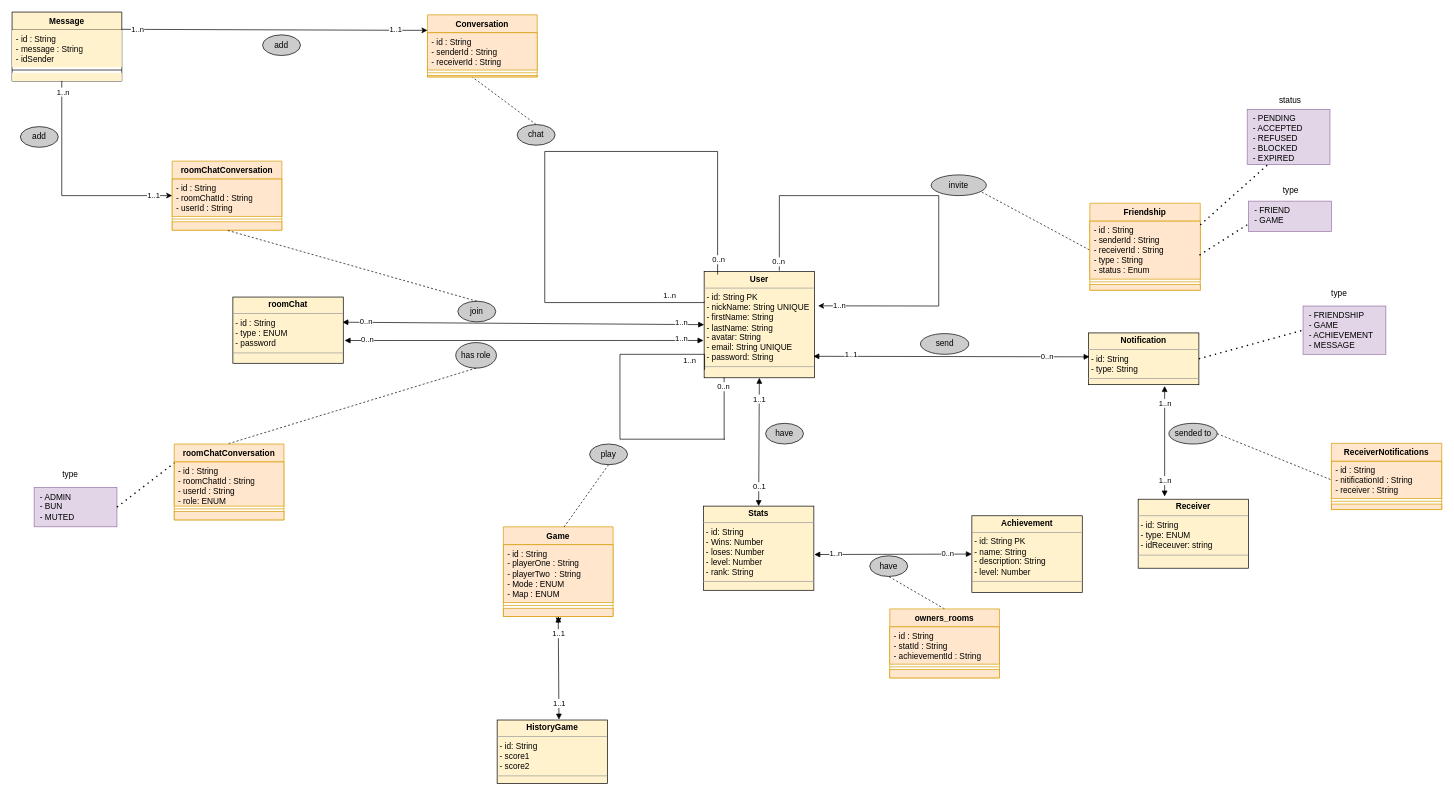
Earlier version of the draw.io diagram class_diagram.drawio (FRAGG33R/whiff-waff). Source tidied: cells renumbered, new cells numbered last; positions are measured from the earlier drawing's top-left corner, leaving out a move shared by most shapes. Both pictures are drawn from the tidied source at 69%, with x=0, y=0 at pixel (12, 12).
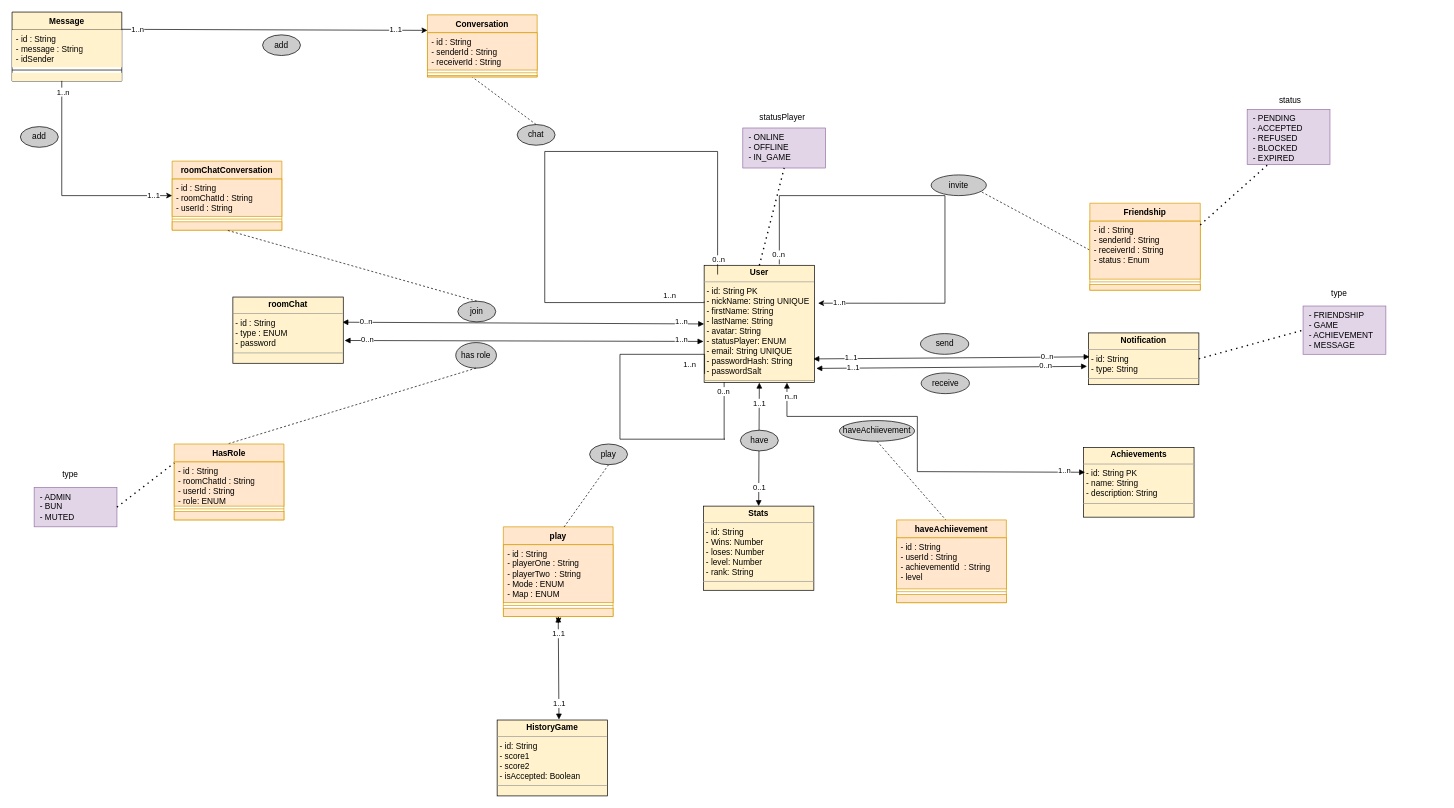
After the change.

Commit message:
refactor: reform the entities

The change refers to these unchanged cells:
```xml
<mxCell id="11" value="&lt;p style=&quot;margin:0px;margin-top:4px;text-align:center;&quot;&gt;&lt;b&gt;Stats&lt;/b&gt;&lt;/p&gt;&lt;hr size=&quot;1&quot;&gt;&lt;p style=&quot;margin:0px;margin-left:4px;&quot;&gt;- id: String&lt;br&gt;&lt;/p&gt;&lt;p style=&quot;margin:0px;margin-left:4px;&quot;&gt;- Wins: Number&lt;/p&gt;&lt;p style=&quot;margin:0px;margin-left:4px;&quot;&gt;- loses: Number&lt;/p&gt;&lt;p style=&quot;margin:0px;margin-left:4px;&quot;&gt;- level: Number&lt;/p&gt;&lt;p style=&quot;margin:0px;margin-left:4px;&quot;&gt;- rank: String&lt;/p&gt;&lt;hr size=&quot;1&quot;&gt;&lt;p style=&quot;margin:0px;margin-left:4px;&quot;&gt;&lt;br&gt;&lt;/p&gt;" style="verticalAlign=top;align=left;overflow=fill;fontSize=12;fontFamily=Helvetica;html=1;whiteSpace=wrap;fillColor=#FFF2CC;" parent="1" vertex="1">
  <mxGeometry x="1002" y="716" width="160" height="122" as="geometry" />
</mxCell>
<mxCell id="21" value="Friendship" style="swimlane;fontStyle=1;align=center;verticalAlign=top;horizontal=1;startSize=26;whiteSpace=wrap;html=1;fillColor=#ffe6cc;strokeColor=#d79b00;" parent="1" vertex="1">
  <mxGeometry x="1562" y="277" width="160" height="126" as="geometry" />
</mxCell>
<mxCell id="80" value="&lt;p style=&quot;margin:0px;margin-top:4px;text-align:center;&quot;&gt;&lt;b&gt;Notification&lt;/b&gt;&lt;/p&gt;&lt;hr size=&quot;1&quot;&gt;&lt;p style=&quot;margin:0px;margin-left:4px;&quot;&gt;- id: String&lt;/p&gt;&lt;p style=&quot;margin:0px;margin-left:4px;&quot;&gt;- type: String&lt;/p&gt;&lt;hr size=&quot;1&quot;&gt;&lt;p style=&quot;margin:0px;margin-left:4px;&quot;&gt;&lt;br&gt;&lt;/p&gt;" style="verticalAlign=top;align=left;overflow=fill;fontSize=12;fontFamily=Helvetica;html=1;whiteSpace=wrap;fillColor=#FFF2CC;" parent="1" vertex="1">
  <mxGeometry x="1560" y="465" width="160" height="75" as="geometry" />
</mxCell>
```

Change to the diagram source:
```diff
@@
-    <mxCell id="4" value="have" style="ellipse;whiteSpace=wrap;html=1;fillColor=#CCCCCC;" parent="1" vertex="1">
-      <mxGeometry x="1243" y="788" width="55" height="30" as="geometry" />
-    </mxCell>
-    <mxCell id="5" style="endArrow=none;dashed=1;html=1;rounded=0;exitX=0.5;exitY=0;exitDx=0;exitDy=0;entryX=0.5;entryY=1;entryDx=0;entryDy=0;" parent="1" edge="1" source="6" target="4">
-      <mxGeometry relative="1" as="geometry" />
-    </mxCell>
-    <mxCell id="6" value="owners_rooms" style="swimlane;fontStyle=1;align=center;verticalAlign=top;horizontal=1;startSize=26;whiteSpace=wrap;html=1;fillColor=#ffe6cc;strokeColor=#d79b00;" parent="1" vertex="1">
-      <mxGeometry x="1272" y="865" width="159" height="100" as="geometry" />
-    </mxCell>
-    <mxCell id="7" value="- id : String&lt;br&gt;- statId : String&lt;br&gt;- achievementId : String" style="text;strokeColor=#d79b00;fillColor=#ffe6cc;align=left;verticalAlign=top;spacingLeft=4;spacingRight=4;overflow=hidden;whiteSpace=wrap;html=1;" parent="6" vertex="1">
-      <mxGeometry y="26" width="159" height="54" as="geometry" />
-    </mxCell>
-    <mxCell id="8" style="line;strokeWidth=1;fillColor=none;align=left;verticalAlign=middle;spacingTop=-1;spacingLeft=3;spacingRight=3;labelPosition=right;strokeColor=inherit;" parent="6" vertex="1">
-      <mxGeometry y="80" width="159" height="8" as="geometry" />
-    </mxCell>
-    <mxCell id="9" style="text;strokeColor=#d79b00;fillColor=#ffe6cc;align=left;verticalAlign=top;spacingLeft=4;spacingRight=4;overflow=hidden;whiteSpace=wrap;html=1;" parent="6" vertex="1">
-      <mxGeometry y="88" width="159" height="12" as="geometry" />
-    </mxCell>
-    <mxCell id="10" value="&lt;p style=&quot;margin:0px;margin-top:4px;text-align:center;&quot;&gt;&lt;b&gt;User&lt;/b&gt;&lt;/p&gt;&lt;hr size=&quot;1&quot;&gt;&lt;p style=&quot;margin:0px;margin-left:4px;&quot;&gt;- id: String PK&lt;/p&gt;&lt;p style=&quot;margin:0px;margin-left:4px;&quot;&gt;- nickName: String UNIQUE&lt;/p&gt;&lt;p style=&quot;margin:0px;margin-left:4px;&quot;&gt;- firstName: String&lt;/p&gt;&lt;p style=&quot;margin:0px;margin-left:4px;&quot;&gt;- lastName: String&lt;/p&gt;&lt;p style=&quot;margin:0px;margin-left:4px;&quot;&gt;- avatar: String&lt;/p&gt;&lt;p style=&quot;margin:0px;margin-left:4px;&quot;&gt;- email: String UNIQUE&lt;/p&gt;&lt;p style=&quot;margin:0px;margin-left:4px;&quot;&gt;- password: String&lt;/p&gt;&lt;hr size=&quot;1&quot;&gt;&lt;p style=&quot;margin:0px;margin-left:4px;&quot;&gt;&lt;br&gt;&lt;/p&gt;" style="verticalAlign=top;align=left;overflow=fill;fontSize=12;fontFamily=Helvetica;html=1;whiteSpace=wrap;fillColor=#FFF2CC;" parent="1" vertex="1">
-      <mxGeometry x="1003" y="376" width="160" height="154" as="geometry" />
+    <mxCell id="10" value="&lt;p style=&quot;margin:0px;margin-top:4px;text-align:center;&quot;&gt;&lt;b&gt;User&lt;/b&gt;&lt;/p&gt;&lt;hr size=&quot;1&quot;&gt;&lt;p style=&quot;margin:0px;margin-left:4px;&quot;&gt;- id: String PK&lt;/p&gt;&lt;p style=&quot;margin:0px;margin-left:4px;&quot;&gt;- nickName: String UNIQUE&lt;/p&gt;&lt;p style=&quot;margin:0px;margin-left:4px;&quot;&gt;- firstName: String&lt;/p&gt;&lt;p style=&quot;margin:0px;margin-left:4px;&quot;&gt;- lastName: String&lt;/p&gt;&lt;p style=&quot;margin:0px;margin-left:4px;&quot;&gt;- avatar: String&lt;/p&gt;&lt;p style=&quot;margin:0px;margin-left:4px;&quot;&gt;- statusPlayer: ENUM&lt;/p&gt;&lt;p style=&quot;margin:0px;margin-left:4px;&quot;&gt;- email: String UNIQUE&lt;/p&gt;&lt;p style=&quot;margin:0px;margin-left:4px;&quot;&gt;- passwordHash: String&lt;/p&gt;&lt;p style=&quot;margin:0px;margin-left:4px;&quot;&gt;- passwordSalt&lt;/p&gt;&lt;hr size=&quot;1&quot;&gt;&lt;p style=&quot;margin:0px;margin-left:4px;&quot;&gt;&lt;br&gt;&lt;/p&gt;" style="verticalAlign=top;align=left;overflow=fill;fontSize=12;fontFamily=Helvetica;html=1;whiteSpace=wrap;fillColor=#FFF2CC;" parent="1" vertex="1">
+      <mxGeometry x="1003" y="367" width="160" height="170" as="geometry" />
     </mxCell>
@@
-    <mxCell id="12" value="&lt;p style=&quot;margin:0px;margin-top:4px;text-align:center;&quot;&gt;&lt;b&gt;Achievement&lt;/b&gt;&lt;/p&gt;&lt;hr size=&quot;1&quot;&gt;&lt;p style=&quot;margin:0px;margin-left:4px;&quot;&gt;- id: String PK&lt;/p&gt;&lt;p style=&quot;margin:0px;margin-left:4px;&quot;&gt;- name: String&lt;/p&gt;&lt;p style=&quot;margin:0px;margin-left:4px;&quot;&gt;- description: String&lt;/p&gt;&lt;p style=&quot;margin:0px;margin-left:4px;&quot;&gt;- level: Number&lt;/p&gt;&lt;hr size=&quot;1&quot;&gt;&lt;p style=&quot;margin:0px;margin-left:4px;&quot;&gt;&lt;br&gt;&lt;/p&gt;" style="verticalAlign=top;align=left;overflow=fill;fontSize=12;fontFamily=Helvetica;html=1;whiteSpace=wrap;fillColor=#FFF2CC;" parent="1" vertex="1">
-      <mxGeometry x="1391" y="730" width="160" height="111" as="geometry" />
+    <mxCell id="12" value="&lt;p style=&quot;margin:0px;margin-top:4px;text-align:center;&quot;&gt;&lt;b&gt;Achievements&lt;/b&gt;&lt;/p&gt;&lt;hr size=&quot;1&quot;&gt;&lt;p style=&quot;margin:0px;margin-left:4px;&quot;&gt;- id: String PK&lt;/p&gt;&lt;p style=&quot;margin:0px;margin-left:4px;&quot;&gt;- name: String&lt;/p&gt;&lt;p style=&quot;margin:0px;margin-left:4px;&quot;&gt;- description: String&lt;/p&gt;&lt;hr size=&quot;1&quot;&gt;&lt;p style=&quot;margin:0px;margin-left:4px;&quot;&gt;&lt;br&gt;&lt;/p&gt;" style="verticalAlign=top;align=left;overflow=fill;fontSize=12;fontFamily=Helvetica;html=1;whiteSpace=wrap;fillColor=#FFF2CC;" parent="1" vertex="1">
+      <mxGeometry x="1553" y="631" width="160" height="101" as="geometry" />
     </mxCell>
-    <mxCell id="13" value="&lt;p style=&quot;margin:0px;margin-top:4px;text-align:center;&quot;&gt;&lt;b&gt;HistoryGame&lt;/b&gt;&lt;/p&gt;&lt;hr size=&quot;1&quot;&gt;&lt;p style=&quot;margin:0px;margin-left:4px;&quot;&gt;- id: String&lt;/p&gt;&lt;p style=&quot;margin:0px;margin-left:4px;&quot;&gt;- score1&lt;/p&gt;&lt;p style=&quot;margin:0px;margin-left:4px;&quot;&gt;- score2&lt;/p&gt;&lt;hr size=&quot;1&quot;&gt;&lt;p style=&quot;margin:0px;margin-left:4px;&quot;&gt;&lt;br&gt;&lt;/p&gt;&lt;p style=&quot;margin:0px;margin-left:4px;&quot;&gt;&lt;br&gt;&lt;/p&gt;" style="verticalAlign=top;align=left;overflow=fill;fontSize=12;fontFamily=Helvetica;html=1;whiteSpace=wrap;fillColor=#FFF2CC;" parent="1" vertex="1">
-      <mxGeometry x="703" y="1026" width="160" height="92" as="geometry" />
+    <mxCell id="13" value="&lt;p style=&quot;margin:0px;margin-top:4px;text-align:center;&quot;&gt;&lt;b&gt;HistoryGame&lt;/b&gt;&lt;/p&gt;&lt;hr size=&quot;1&quot;&gt;&lt;p style=&quot;margin:0px;margin-left:4px;&quot;&gt;- id: String&lt;/p&gt;&lt;p style=&quot;margin:0px;margin-left:4px;&quot;&gt;- score1&lt;/p&gt;&lt;p style=&quot;margin:0px;margin-left:4px;&quot;&gt;- score2&lt;/p&gt;&lt;p style=&quot;margin:0px;margin-left:4px;&quot;&gt;- isAccepted: Boolean&lt;/p&gt;&lt;hr size=&quot;1&quot;&gt;&lt;p style=&quot;margin:0px;margin-left:4px;&quot;&gt;&lt;br&gt;&lt;/p&gt;&lt;p style=&quot;margin:0px;margin-left:4px;&quot;&gt;&lt;br&gt;&lt;/p&gt;" style="verticalAlign=top;align=left;overflow=fill;fontSize=12;fontFamily=Helvetica;html=1;whiteSpace=wrap;fillColor=#FFF2CC;" parent="1" vertex="1">
+      <mxGeometry x="703" y="1026" width="160" height="110" as="geometry" />
     </mxCell>
@@
-    <mxCell id="17" style="endArrow=block;startArrow=block;endFill=1;startFill=1;html=1;rounded=0;entryX=0;entryY=0.5;entryDx=0;entryDy=0;exitX=1.004;exitY=0.575;exitDx=0;exitDy=0;exitPerimeter=0;" parent="1" edge="1" source="11" target="12">
-      <mxGeometry relative="1" as="geometry" />
-    </mxCell>
-    <mxCell id="18" value="0..n" style="edgeLabel;html=1;align=center;verticalAlign=middle;" parent="17" vertex="1">
-      <mxGeometry x="0.69" relative="1" as="geometry">
-        <mxPoint y="-1" as="offset" />
-      </mxGeometry>
-    </mxCell>
-    <mxCell id="19" value="1..n" style="edgeLabel;html=1;align=center;verticalAlign=middle;" parent="17" vertex="1">
-      <mxGeometry x="-0.73" relative="1" as="geometry">
-        <mxPoint y="-2" as="offset" />
-      </mxGeometry>
-    </mxCell>
     <mxCell id="20" value="have" style="ellipse;whiteSpace=wrap;html=1;fillColor=#CCCCCC;" parent="1" vertex="1">
-      <mxGeometry x="1092" y="596" width="55" height="30" as="geometry" />
+      <mxGeometry x="1055.5" y="606" width="55" height="30" as="geometry" />
     </mxCell>
@@
-    <mxCell id="22" value="- id : String&lt;br&gt;- senderId : String&lt;br&gt;- receiverId : String&lt;br&gt;- type : String&lt;br&gt;- status : Enum" style="text;strokeColor=#d79b00;fillColor=#ffe6cc;align=left;verticalAlign=top;spacingLeft=4;spacingRight=4;overflow=hidden;points=[[0,0.5],[1,0.5]];portConstraint=eastwest;whiteSpace=wrap;html=1;" parent="21" vertex="1">
+    <mxCell id="22" value="- id : String&lt;br&gt;- senderId : String&lt;br&gt;- receiverId : String&lt;br&gt;- status : Enum" style="text;strokeColor=#d79b00;fillColor=#ffe6cc;align=left;verticalAlign=top;spacingLeft=4;spacingRight=4;overflow=hidden;points=[[0,0.5],[1,0.5]];portConstraint=eastwest;whiteSpace=wrap;html=1;" parent="21" vertex="1">
       <mxGeometry y="26" width="160" height="84" as="geometry" />
     </mxCell>
@@
     <mxCell id="25" style="endArrow=classic;html=1;rounded=0;entryX=1.032;entryY=0.323;entryDx=0;entryDy=0;exitX=0.681;exitY=-0.008;exitDx=0;exitDy=0;exitPerimeter=0;entryPerimeter=0;" parent="1" edge="1" source="10" target="10">
       <mxGeometry relative="1" as="geometry">
         <Array as="points">
           <mxPoint x="1112" y="266" />
-          <mxPoint x="1343" y="266" />
-          <mxPoint x="1343" y="426" />
+          <mxPoint x="1352" y="266" />
+          <mxPoint x="1352" y="422" />
         </Array>
       </mxGeometry>
     </mxCell>
@@
-    <mxCell id="30" value="&amp;nbsp; - FRIEND&lt;br&gt;&amp;nbsp; - GAME" style="whiteSpace=wrap;html=1;align=left;verticalAlign=top;fillColor=#e1d5e7;strokeColor=#9673a6;" parent="1" vertex="1">
-      <mxGeometry x="1792" y="274" width="120" height="44" as="geometry" />
-    </mxCell>
-    <mxCell id="31" value="type" style="text;html=1;align=center;verticalAlign=middle;strokeColor=none;fillColor=none;" parent="1" vertex="1">
-      <mxGeometry x="1828" y="243" width="50" height="30" as="geometry" />
-    </mxCell>
@@
-    <mxCell id="33" style="endArrow=none;dashed=1;html=1;dashPattern=1 3;strokeWidth=2;rounded=0;entryX=0;entryY=0.75;entryDx=0;entryDy=0;exitX=0.993;exitY=0.586;exitDx=0;exitDy=0;exitPerimeter=0;" parent="1" edge="1" source="22" target="30">
-      <mxGeometry relative="1" as="geometry" />
-    </mxCell>
@@
-    <mxCell id="39" value="Game" style="swimlane;fontStyle=1;align=center;verticalAlign=top;horizontal=1;startSize=26;whiteSpace=wrap;html=1;fillColor=#ffe6cc;strokeColor=#d79b00;" parent="1" vertex="1">
+    <mxCell id="39" value="play" style="swimlane;fontStyle=1;align=center;verticalAlign=top;horizontal=1;startSize=26;whiteSpace=wrap;html=1;fillColor=#ffe6cc;strokeColor=#d79b00;" parent="1" vertex="1">
       <mxGeometry x="712" y="746" width="159" height="130" as="geometry" />
     </mxCell>
@@
-    <mxCell id="84" value="&lt;p style=&quot;margin:0px;margin-top:4px;text-align:center;&quot;&gt;&lt;b&gt;Receiver&lt;/b&gt;&lt;/p&gt;&lt;hr size=&quot;1&quot;&gt;&lt;p style=&quot;margin:0px;margin-left:4px;&quot;&gt;- id: String&lt;/p&gt;&lt;p style=&quot;margin:0px;margin-left:4px;&quot;&gt;- type: ENUM&lt;/p&gt;&lt;p style=&quot;margin:0px;margin-left:4px;&quot;&gt;- idReceuver: string&lt;/p&gt;&lt;hr size=&quot;1&quot;&gt;&lt;p style=&quot;margin:0px;margin-left:4px;&quot;&gt;&lt;br&gt;&lt;/p&gt;" style="verticalAlign=top;align=left;overflow=fill;fontSize=12;fontFamily=Helvetica;html=1;whiteSpace=wrap;fillColor=#FFF2CC;" parent="1" vertex="1">
-      <mxGeometry x="1632" y="706" width="160" height="100" as="geometry" />
-    </mxCell>
-    <mxCell id="85" style="endArrow=block;startArrow=block;endFill=1;startFill=1;html=1;rounded=0;entryX=0.69;entryY=1.026;entryDx=0;entryDy=0;exitX=0.24;exitY=-0.039;exitDx=0;exitDy=0;exitPerimeter=0;entryPerimeter=0;" parent="1" edge="1" source="84" target="80">
-      <mxGeometry relative="1" as="geometry" />
-    </mxCell>
-    <mxCell id="86" value="1..n" style="edgeLabel;html=1;align=center;verticalAlign=middle;" parent="85" vertex="1">
-      <mxGeometry x="0.69" relative="1" as="geometry">
-        <mxPoint y="-1" as="offset" />
-      </mxGeometry>
-    </mxCell>
-    <mxCell id="87" value="1..n" style="edgeLabel;html=1;align=center;verticalAlign=middle;" parent="85" vertex="1">
-      <mxGeometry x="-0.73" relative="1" as="geometry">
-        <mxPoint y="-2" as="offset" />
-      </mxGeometry>
-    </mxCell>
-    <mxCell id="88" value="sended to" style="ellipse;whiteSpace=wrap;html=1;fillColor=#CCCCCC;" parent="1" vertex="1">
-      <mxGeometry x="1676.5" y="596" width="70" height="30" as="geometry" />
-    </mxCell>
-    <mxCell id="89" value="ReceiverNotifications" style="swimlane;fontStyle=1;align=center;verticalAlign=top;horizontal=1;startSize=26;whiteSpace=wrap;html=1;fillColor=#ffe6cc;strokeColor=#d79b00;" parent="1" vertex="1">
-      <mxGeometry x="1912" y="625" width="160" height="96" as="geometry" />
-    </mxCell>
-    <mxCell id="90" value="- id : String&lt;br&gt;- nitificationId : String&lt;br&gt;- receiver : String" style="text;strokeColor=#d79b00;fillColor=#ffe6cc;align=left;verticalAlign=top;spacingLeft=4;spacingRight=4;overflow=hidden;points=[[0,0.5],[1,0.5]];portConstraint=eastwest;whiteSpace=wrap;html=1;" parent="89" vertex="1">
-      <mxGeometry y="26" width="160" height="54" as="geometry" />
-    </mxCell>
-    <mxCell id="91" style="line;strokeWidth=1;fillColor=none;align=left;verticalAlign=middle;spacingTop=-1;spacingLeft=3;spacingRight=3;labelPosition=right;strokeColor=inherit;" parent="89" vertex="1">
-      <mxGeometry y="80" width="160" height="8" as="geometry" />
-    </mxCell>
-    <mxCell id="92" style="text;strokeColor=#d79b00;fillColor=#ffe6cc;align=left;verticalAlign=top;spacingLeft=4;spacingRight=4;overflow=hidden;whiteSpace=wrap;html=1;" parent="89" vertex="1">
-      <mxGeometry y="88" width="160" height="8" as="geometry" />
-    </mxCell>
-    <mxCell id="93" style="endArrow=none;dashed=1;html=1;rounded=0;exitX=1;exitY=0.5;exitDx=0;exitDy=0;entryX=0;entryY=0.5;entryDx=0;entryDy=0;" parent="1" edge="1" source="88" target="90">
-      <mxGeometry relative="1" as="geometry" />
-    </mxCell>
@@
-    <mxCell id="99" value="roomChatConversation" style="swimlane;fontStyle=1;align=center;verticalAlign=top;horizontal=1;startSize=26;whiteSpace=wrap;html=1;fillColor=#ffe6cc;strokeColor=#d79b00;" parent="1" vertex="1">
+    <mxCell id="99" value="HasRole" style="swimlane;fontStyle=1;align=center;verticalAlign=top;horizontal=1;startSize=26;whiteSpace=wrap;html=1;fillColor=#ffe6cc;strokeColor=#d79b00;" parent="1" vertex="1">
       <mxGeometry x="235" y="626" width="159" height="110" as="geometry" />
     </mxCell>
@@
+    <mxCell id="108" style="endArrow=block;startArrow=block;endFill=1;startFill=1;html=1;rounded=0;exitX=1.016;exitY=0.879;exitDx=0;exitDy=0;exitPerimeter=0;entryX=-0.013;entryY=0.646;entryDx=0;entryDy=0;entryPerimeter=0;" parent="1" edge="1" source="10" target="80">
+      <mxGeometry relative="1" as="geometry" />
+    </mxCell>
+    <mxCell id="18" value="0..n" style="edgeLabel;html=1;align=center;verticalAlign=middle;" parent="108" vertex="1">
+      <mxGeometry x="0.69" relative="1" as="geometry">
+        <mxPoint y="-1" as="offset" />
+      </mxGeometry>
+    </mxCell>
+    <mxCell id="109" value="1..1" style="edgeLabel;html=1;align=center;verticalAlign=middle;" parent="108" vertex="1">
+      <mxGeometry x="-0.73" relative="1" as="geometry">
+        <mxPoint y="-2" as="offset" />
+      </mxGeometry>
+    </mxCell>
+    <mxCell id="110" value="receive" style="ellipse;whiteSpace=wrap;html=1;fillColor=#CCCCCC;" parent="1" vertex="1">
+      <mxGeometry x="1317.5" y="523" width="70" height="30" as="geometry" />
+    </mxCell>
+    <mxCell id="111" style="endArrow=block;startArrow=block;endFill=1;startFill=1;html=1;rounded=0;entryX=0.75;entryY=1;entryDx=0;entryDy=0;exitX=0.013;exitY=0.356;exitDx=0;exitDy=0;exitPerimeter=0;" parent="1" edge="1" source="12" target="10">
+      <mxGeometry relative="1" as="geometry">
+        <Array as="points">
+          <mxPoint x="1312" y="666" />
+          <mxPoint x="1312" y="586" />
+          <mxPoint x="1232" y="586" />
+          <mxPoint x="1123" y="586" />
+        </Array>
+      </mxGeometry>
+    </mxCell>
+    <mxCell id="112" value="n..n" style="edgeLabel;html=1;align=center;verticalAlign=middle;" parent="111" vertex="1">
+      <mxGeometry x="0.69" relative="1" as="geometry">
+        <mxPoint x="-33" y="-30" as="offset" />
+      </mxGeometry>
+    </mxCell>
+    <mxCell id="113" value="1..n" style="edgeLabel;html=1;align=center;verticalAlign=middle;" parent="111" vertex="1">
+      <mxGeometry x="-0.73" relative="1" as="geometry">
+        <mxPoint x="45" y="-3" as="offset" />
+      </mxGeometry>
+    </mxCell>
+    <mxCell id="114" value="haveAchiievement" style="ellipse;whiteSpace=wrap;html=1;fillColor=#CCCCCC;" parent="1" vertex="1">
+      <mxGeometry x="1199" y="592" width="109" height="30" as="geometry" />
+    </mxCell>
+    <mxCell id="115" style="endArrow=none;dashed=1;html=1;rounded=0;exitX=0.5;exitY=1;exitDx=0;exitDy=0;entryX=0.456;entryY=0.012;entryDx=0;entryDy=0;entryPerimeter=0;" parent="1" edge="1" source="114" target="116">
+      <mxGeometry relative="1" as="geometry" />
+    </mxCell>
+    <mxCell id="116" value="haveAchiievement" style="swimlane;fontStyle=1;align=center;verticalAlign=top;horizontal=1;startSize=26;whiteSpace=wrap;html=1;fillColor=#ffe6cc;strokeColor=#d79b00;" parent="1" vertex="1">
+      <mxGeometry x="1282" y="736" width="159" height="120" as="geometry" />
+    </mxCell>
+    <mxCell id="117" value="- id : String&lt;br&gt;- userId : String&lt;br&gt;- achievementId&amp;nbsp; : String&lt;br&gt;- level" style="text;strokeColor=#d79b00;fillColor=#ffe6cc;align=left;verticalAlign=top;spacingLeft=4;spacingRight=4;overflow=hidden;whiteSpace=wrap;html=1;" parent="116" vertex="1">
+      <mxGeometry y="26" width="159" height="74" as="geometry" />
+    </mxCell>
+    <mxCell id="118" style="line;strokeWidth=1;fillColor=none;align=left;verticalAlign=middle;spacingTop=-1;spacingLeft=3;spacingRight=3;labelPosition=right;strokeColor=inherit;" parent="116" vertex="1">
+      <mxGeometry y="100" width="159" height="8" as="geometry" />
+    </mxCell>
+    <mxCell id="119" style="text;strokeColor=#d79b00;fillColor=#ffe6cc;align=left;verticalAlign=top;spacingLeft=4;spacingRight=4;overflow=hidden;whiteSpace=wrap;html=1;" parent="116" vertex="1">
+      <mxGeometry y="108" width="159" height="12" as="geometry" />
+    </mxCell>
+    <mxCell id="120" value="&amp;nbsp; - ONLINE&lt;br&gt;&amp;nbsp; - OFFLINE&lt;br&gt;&amp;nbsp; - IN_GAME&amp;nbsp;" style="whiteSpace=wrap;html=1;align=left;verticalAlign=top;fillColor=#e1d5e7;strokeColor=#9673a6;" parent="1" vertex="1">
+      <mxGeometry x="1059" y="168" width="120" height="58" as="geometry" />
+    </mxCell>
+    <mxCell id="121" value="statusPlayer" style="text;html=1;align=center;verticalAlign=middle;strokeColor=none;fillColor=none;" parent="1" vertex="1">
+      <mxGeometry x="1071" y="138" width="90" height="30" as="geometry" />
+    </mxCell>
+    <mxCell id="122" style="endArrow=none;dashed=1;html=1;dashPattern=1 3;strokeWidth=2;rounded=0;exitX=0.5;exitY=0;exitDx=0;exitDy=0;entryX=0.5;entryY=1;entryDx=0;entryDy=0;" parent="1" edge="1" source="10" target="120">
+      <mxGeometry relative="1" as="geometry" />
+    </mxCell>
```
